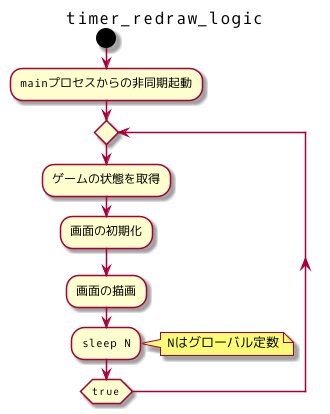
Earlier version of the PlantUML export out/doc/clock/timer_redraw_logic.png (jiro4989/tetris).
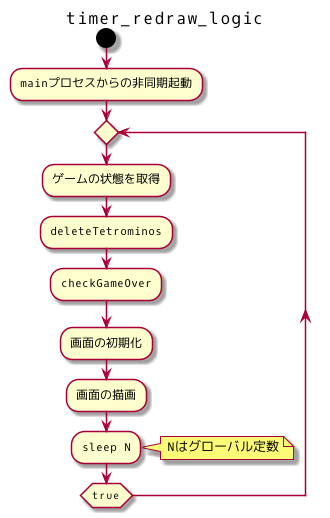
After the change.

Commit message:
:memo:画像出力

What changed in the source:
```diff
@@ -7,6 +7,8 @@
 :mainプロセスからの非同期起動;
 repeat
     :ゲームの状態を取得;
+    :deleteTetrominos;
+    :checkGameOver;
     :画面の初期化;
     :画面の描画;
     :sleep N;
```
